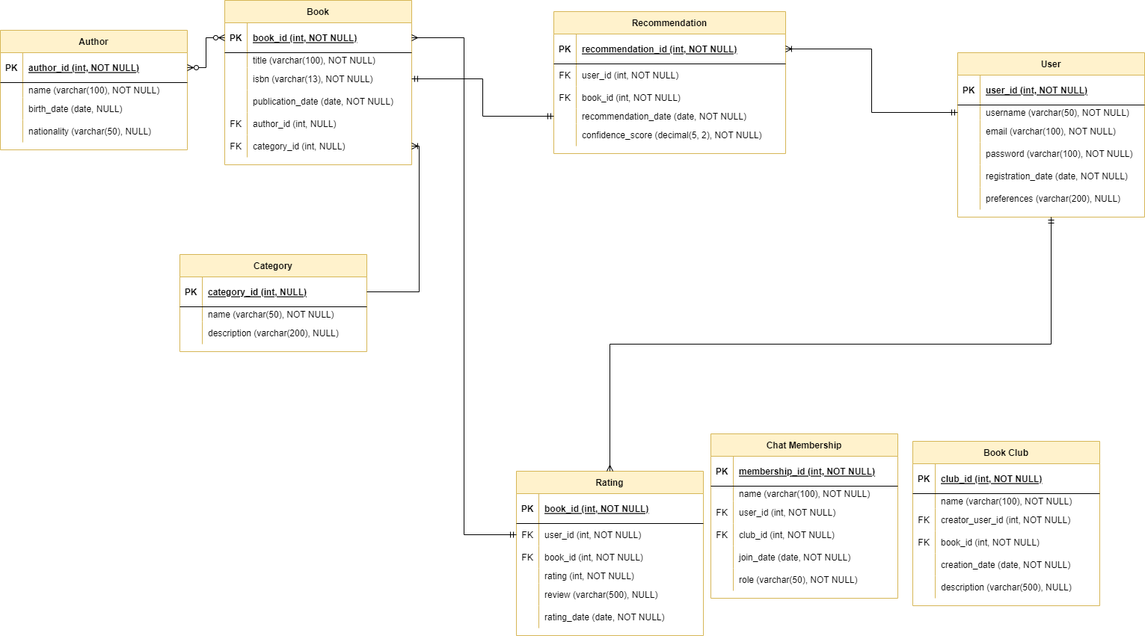
Earlier version of the draw.io export New folder/Untitled Diagram.drawio.png (Kkgenkai/Draw.io). Source tidied: cells renumbered, new cells last; positions are measured from the earlier drawing's top-left corner, leaving out a move shared by most shapes.
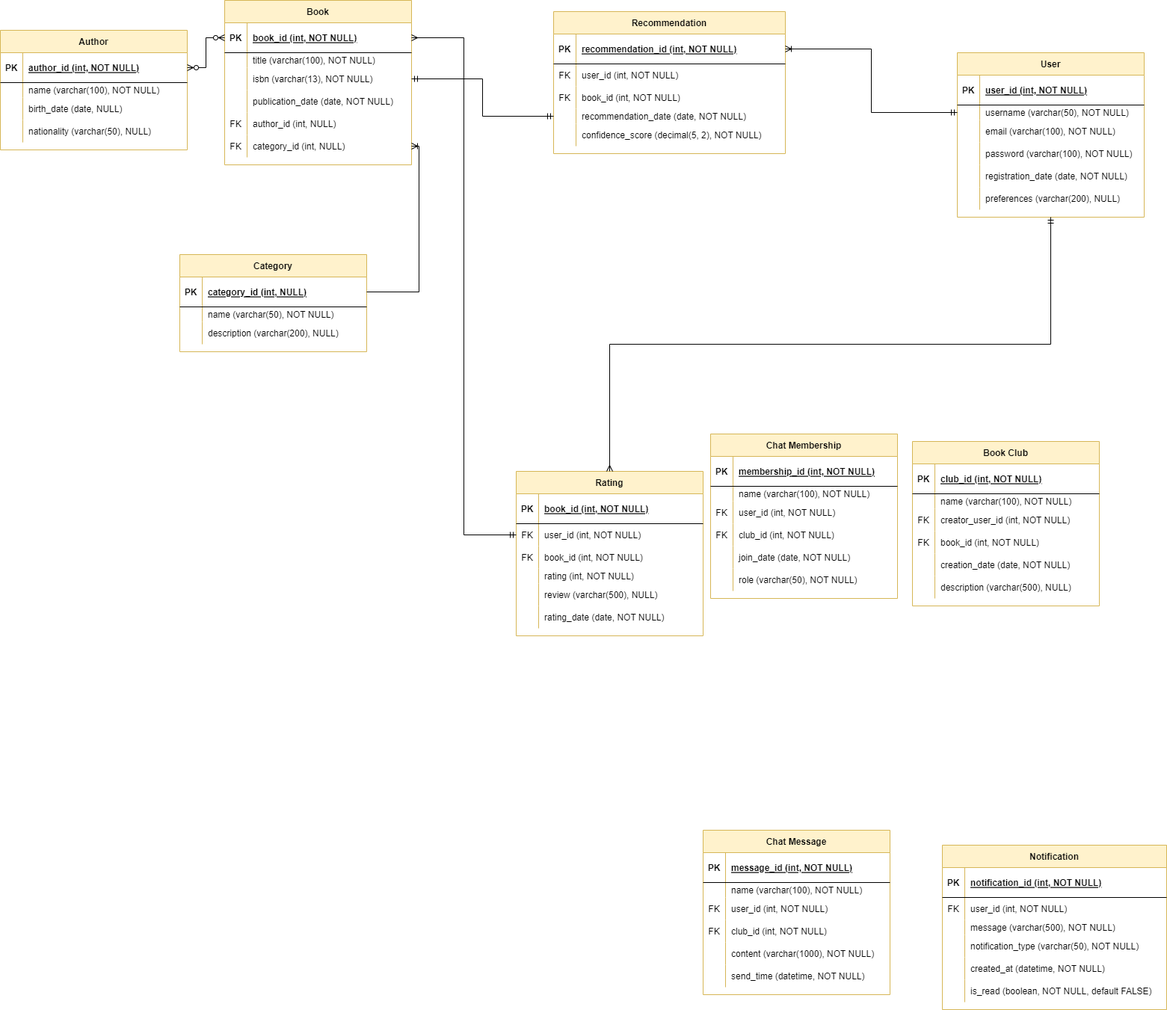
Above is the later version.

The edit, as a diff of the source:
```diff
@@ -422,5 +422,119 @@
     <mxCell id="141" value="role (varchar(50), NOT NULL)" style="shape=partialRectangle;overflow=hidden;fillColor=none;top=0;left=0;bottom=0;right=0;align=left;spacingLeft=6;" parent="139" vertex="1">
       <mxGeometry x="30" width="220" height="30" as="geometry" />
     </mxCell>
+    <mxCell id="142" value="Chat Message" style="shape=table;startSize=30;rowLines=0;fontStyle=1;align=center;fillColor=#fff2cc;strokeColor=#d6b656;" parent="1" vertex="1">
+      <mxGeometry x="940" y="1110" width="250" height="220" as="geometry" />
+    </mxCell>
+    <mxCell id="143" style="shape=partialRectangle;fillColor=none;top=0;left=0;right=0;bottom=1;" parent="142" vertex="1">
+      <mxGeometry y="30" width="250" height="40" as="geometry" />
+    </mxCell>
+    <mxCell id="144" value="PK" style="shape=partialRectangle;overflow=hidden;fillColor=none;top=0;left=0;bottom=0;right=0;fontStyle=1;" parent="143" vertex="1">
+      <mxGeometry width="30" height="40" as="geometry" />
+    </mxCell>
+    <mxCell id="145" value="message_id (int, NOT NULL)" style="shape=partialRectangle;overflow=hidden;fillColor=none;top=0;left=0;bottom=0;right=0;align=left;spacingLeft=6;fontStyle=5;" parent="143" vertex="1">
+      <mxGeometry x="30" width="220" height="40" as="geometry" />
+    </mxCell>
+    <mxCell id="146" style="shape=partialRectangle;fillColor=none;top=0;left=0;right=0;bottom=0;" parent="142" vertex="1">
+      <mxGeometry y="70" width="250" height="20" as="geometry" />
+    </mxCell>
+    <mxCell id="147" style="shape=partialRectangle;overflow=hidden;fillColor=none;top=0;left=0;bottom=0;right=0;" parent="146" vertex="1">
+      <mxGeometry width="30" height="20" as="geometry" />
+    </mxCell>
+    <mxCell id="148" value="name (varchar(100), NOT NULL)" style="shape=partialRectangle;overflow=hidden;fillColor=none;top=0;left=0;bottom=0;right=0;align=left;spacingLeft=6;" parent="146" vertex="1">
+      <mxGeometry x="30" width="220" height="20" as="geometry" />
+    </mxCell>
+    <mxCell id="149" style="shape=partialRectangle;fillColor=none;top=0;left=0;right=0;bottom=0;" parent="142" vertex="1">
+      <mxGeometry y="90" width="250" height="30" as="geometry" />
+    </mxCell>
+    <mxCell id="150" value="FK" style="shape=partialRectangle;overflow=hidden;fillColor=none;top=0;left=0;bottom=0;right=0;" parent="149" vertex="1">
+      <mxGeometry width="30" height="30" as="geometry" />
+    </mxCell>
+    <mxCell id="151" value="user_id (int, NOT NULL)" style="shape=partialRectangle;overflow=hidden;fillColor=none;top=0;left=0;bottom=0;right=0;align=left;spacingLeft=6;" parent="149" vertex="1">
+      <mxGeometry x="30" width="220" height="30" as="geometry" />
+    </mxCell>
+    <mxCell id="152" style="shape=partialRectangle;fillColor=none;top=0;left=0;right=0;bottom=0;" parent="142" vertex="1">
+      <mxGeometry y="120" width="250" height="30" as="geometry" />
+    </mxCell>
+    <mxCell id="153" value="FK" style="shape=partialRectangle;overflow=hidden;fillColor=none;top=0;left=0;bottom=0;right=0;" parent="152" vertex="1">
+      <mxGeometry width="30" height="30" as="geometry" />
+    </mxCell>
+    <mxCell id="154" value="club_id (int, NOT NULL)" style="shape=partialRectangle;overflow=hidden;fillColor=none;top=0;left=0;bottom=0;right=0;align=left;spacingLeft=6;" parent="152" vertex="1">
+      <mxGeometry x="30" width="220" height="30" as="geometry" />
+    </mxCell>
+    <mxCell id="155" style="shape=partialRectangle;fillColor=none;top=0;left=0;right=0;bottom=0;" parent="142" vertex="1">
+      <mxGeometry y="150" width="250" height="30" as="geometry" />
+    </mxCell>
+    <mxCell id="156" style="shape=partialRectangle;overflow=hidden;fillColor=none;top=0;left=0;bottom=0;right=0;" parent="155" vertex="1">
+      <mxGeometry width="30" height="30" as="geometry" />
+    </mxCell>
+    <mxCell id="157" value="content (varchar(1000), NOT NULL)" style="shape=partialRectangle;overflow=hidden;fillColor=none;top=0;left=0;bottom=0;right=0;align=left;spacingLeft=6;" parent="155" vertex="1">
+      <mxGeometry x="30" width="220" height="30" as="geometry" />
+    </mxCell>
+    <mxCell id="158" style="shape=partialRectangle;fillColor=none;top=0;left=0;right=0;bottom=0;" parent="142" vertex="1">
+      <mxGeometry y="180" width="250" height="30" as="geometry" />
+    </mxCell>
+    <mxCell id="159" style="shape=partialRectangle;overflow=hidden;fillColor=none;top=0;left=0;bottom=0;right=0;" parent="158" vertex="1">
+      <mxGeometry width="30" height="30" as="geometry" />
+    </mxCell>
+    <mxCell id="160" value="send_time (datetime, NOT NULL)" style="shape=partialRectangle;overflow=hidden;fillColor=none;top=0;left=0;bottom=0;right=0;align=left;spacingLeft=6;" parent="158" vertex="1">
+      <mxGeometry x="30" width="220" height="30" as="geometry" />
+    </mxCell>
+    <mxCell id="161" value="Notification" style="shape=table;startSize=30;rowLines=0;fontStyle=1;align=center;fillColor=#fff2cc;strokeColor=#d6b656;" parent="1" vertex="1">
+      <mxGeometry x="1260" y="1130" width="300" height="220" as="geometry" />
+    </mxCell>
+    <mxCell id="162" style="shape=partialRectangle;fillColor=none;top=0;left=0;right=0;bottom=1;" parent="161" vertex="1">
+      <mxGeometry y="30" width="300" height="40" as="geometry" />
+    </mxCell>
+    <mxCell id="163" value="PK" style="shape=partialRectangle;overflow=hidden;fillColor=none;top=0;left=0;bottom=0;right=0;fontStyle=1;" parent="162" vertex="1">
+      <mxGeometry width="30" height="40" as="geometry" />
+    </mxCell>
+    <mxCell id="164" value="notification_id (int, NOT NULL)" style="shape=partialRectangle;overflow=hidden;fillColor=none;top=0;left=0;bottom=0;right=0;align=left;spacingLeft=6;fontStyle=5;" parent="162" vertex="1">
+      <mxGeometry x="30" width="270" height="40" as="geometry" />
+    </mxCell>
+    <mxCell id="165" style="shape=partialRectangle;fillColor=none;top=0;left=0;right=0;bottom=0;" parent="161" vertex="1">
+      <mxGeometry y="70" width="300" height="30" as="geometry" />
+    </mxCell>
+    <mxCell id="166" value="FK" style="shape=partialRectangle;overflow=hidden;fillColor=none;top=0;left=0;bottom=0;right=0;" parent="165" vertex="1">
+      <mxGeometry width="30" height="30" as="geometry" />
+    </mxCell>
+    <mxCell id="167" value="user_id (int, NOT NULL)" style="shape=partialRectangle;overflow=hidden;fillColor=none;top=0;left=0;bottom=0;right=0;align=left;spacingLeft=6;" parent="165" vertex="1">
+      <mxGeometry x="30" width="270" height="30" as="geometry" />
+    </mxCell>
+    <mxCell id="168" style="shape=partialRectangle;fillColor=none;top=0;left=0;right=0;bottom=0;" parent="161" vertex="1">
+      <mxGeometry y="100" width="300" height="20" as="geometry" />
+    </mxCell>
+    <mxCell id="169" style="shape=partialRectangle;overflow=hidden;fillColor=none;top=0;left=0;bottom=0;right=0;" parent="168" vertex="1">
+      <mxGeometry width="30" height="20" as="geometry" />
+    </mxCell>
+    <mxCell id="170" value="message (varchar(500), NOT NULL)" style="shape=partialRectangle;overflow=hidden;fillColor=none;top=0;left=0;bottom=0;right=0;align=left;spacingLeft=6;" parent="168" vertex="1">
+      <mxGeometry x="30" width="270" height="20" as="geometry" />
+    </mxCell>
+    <mxCell id="171" style="shape=partialRectangle;fillColor=none;top=0;left=0;right=0;bottom=0;" parent="161" vertex="1">
+      <mxGeometry y="120" width="300" height="30" as="geometry" />
+    </mxCell>
+    <mxCell id="172" style="shape=partialRectangle;overflow=hidden;fillColor=none;top=0;left=0;bottom=0;right=0;" parent="171" vertex="1">
+      <mxGeometry width="30" height="30" as="geometry" />
+    </mxCell>
+    <mxCell id="173" value="notification_type (varchar(50), NOT NULL)" style="shape=partialRectangle;overflow=hidden;fillColor=none;top=0;left=0;bottom=0;right=0;align=left;spacingLeft=6;" parent="171" vertex="1">
+      <mxGeometry x="30" width="270" height="30" as="geometry" />
+    </mxCell>
+    <mxCell id="174" style="shape=partialRectangle;fillColor=none;top=0;left=0;right=0;bottom=0;" parent="161" vertex="1">
+      <mxGeometry y="150" width="300" height="30" as="geometry" />
+    </mxCell>
+    <mxCell id="175" style="shape=partialRectangle;overflow=hidden;fillColor=none;top=0;left=0;bottom=0;right=0;" parent="174" vertex="1">
+      <mxGeometry width="30" height="30" as="geometry" />
+    </mxCell>
+    <mxCell id="176" value="created_at (datetime, NOT NULL)" style="shape=partialRectangle;overflow=hidden;fillColor=none;top=0;left=0;bottom=0;right=0;align=left;spacingLeft=6;" parent="174" vertex="1">
+      <mxGeometry x="30" width="270" height="30" as="geometry" />
+    </mxCell>
+    <mxCell id="177" style="shape=partialRectangle;fillColor=none;top=0;left=0;right=0;bottom=0;" parent="161" vertex="1">
+      <mxGeometry y="180" width="300" height="30" as="geometry" />
+    </mxCell>
+    <mxCell id="178" style="shape=partialRectangle;overflow=hidden;fillColor=none;top=0;left=0;bottom=0;right=0;" parent="177" vertex="1">
+      <mxGeometry width="30" height="30" as="geometry" />
+    </mxCell>
+    <mxCell id="179" value="is_read (boolean, NOT NULL, default FALSE)" style="shape=partialRectangle;overflow=hidden;fillColor=none;top=0;left=0;bottom=0;right=0;align=left;spacingLeft=6;" parent="177" vertex="1">
+      <mxGeometry x="30" width="270" height="30" as="geometry" />
+    </mxCell>
   </root>
 </mxGraphModel>
```
